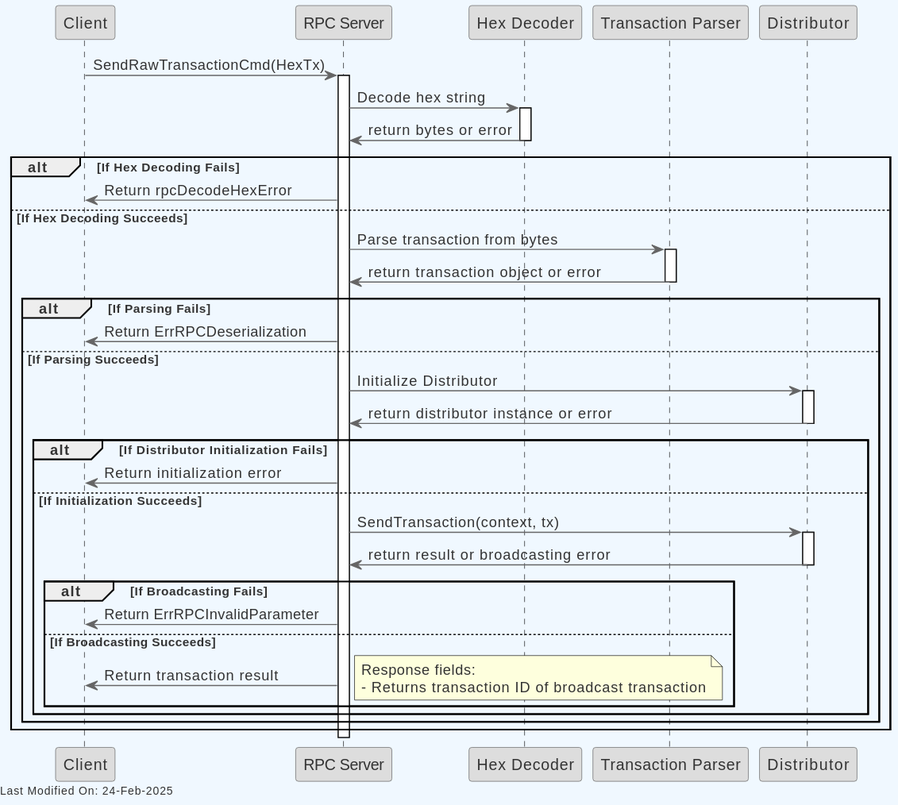
Earlier version of the PlantUML export docs/topics/services/img/plantuml/rpc/rpc-send-raw-transaction.svg (freemans13/teranode). Its source is kept beside it as docs/topics/services/img/plantuml/rpc/rpc-send-raw-transaction.puml.
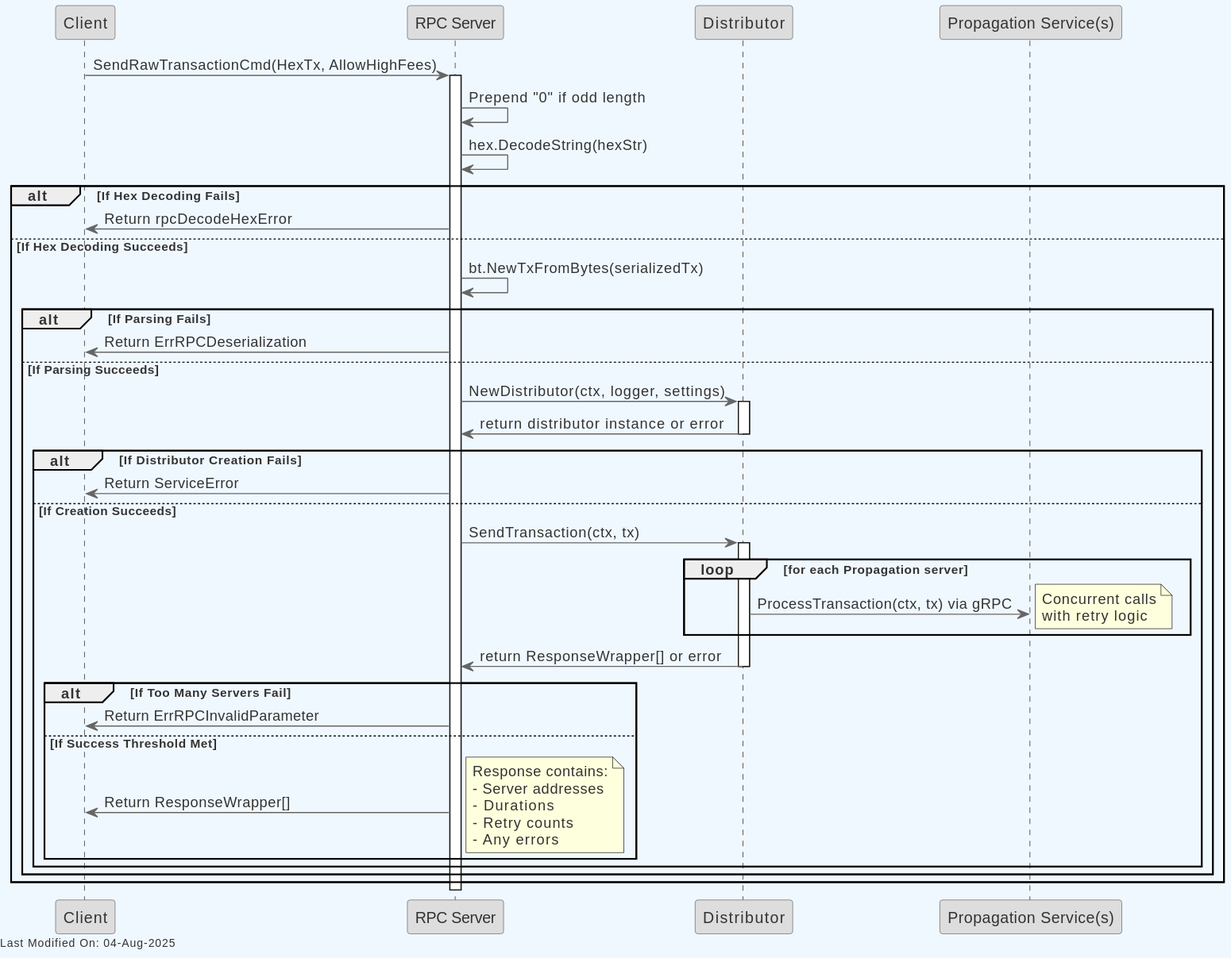
Above is the later version.

The edit, as a diff of the source:
```diff
@@ -22,49 +22,50 @@
 
 participant Client
 participant "RPC Server" as RPC
-participant "Hex Decoder" as Decoder
-participant "Transaction Parser" as Parser
 participant "Distributor" as Distributor
+participant "Propagation Service(s)" as Propagation
 
-Client -> RPC : SendRawTransactionCmd(HexTx)
+Client -> RPC : SendRawTransactionCmd(HexTx, AllowHighFees)
 activate RPC
 
-RPC -> Decoder : Decode hex string
-activate Decoder
-Decoder -> RPC : return bytes or error
-deactivate Decoder
+RPC -> RPC : Prepend "0" if odd length
+RPC -> RPC : hex.DecodeString(hexStr)
 
 alt If Hex Decoding Fails
     RPC -> Client : Return rpcDecodeHexError
 else If Hex Decoding Succeeds
-    RPC -> Parser : Parse transaction from bytes
-    activate Parser
-    Parser -> RPC : return transaction object or error
-    deactivate Parser
+    RPC -> RPC : bt.NewTxFromBytes(serializedTx)
 
     alt If Parsing Fails
         RPC -> Client : Return ErrRPCDeserialization
     else If Parsing Succeeds
-        RPC -> Distributor : Initialize Distributor
+        RPC -> Distributor : NewDistributor(ctx, logger, settings)
         activate Distributor
         Distributor -> RPC : return distributor instance or error
         deactivate Distributor
 
-        alt If Distributor Initialization Fails
-            RPC -> Client : Return initialization error
-        else If Initialization Succeeds
-            RPC -> Distributor : SendTransaction(context, tx)
+        alt If Distributor Creation Fails
+            RPC -> Client : Return ServiceError
+        else If Creation Succeeds
+            RPC -> Distributor : SendTransaction(ctx, tx)
             activate Distributor
-            Distributor -> RPC : return result or broadcasting error
+            loop for each Propagation server
+                Distributor -> Propagation : ProcessTransaction(ctx, tx) via gRPC
+                note right: Concurrent calls\nwith retry logic
+            end
+            Distributor -> RPC : return ResponseWrapper[] or error
             deactivate Distributor
 
-            alt If Broadcasting Fails
+            alt If Too Many Servers Fail
                 RPC -> Client : Return ErrRPCInvalidParameter
-            else If Broadcasting Succeeds
-                RPC -> Client : Return transaction result
+            else If Success Threshold Met
+                RPC -> Client : Return ResponseWrapper[]
                 note right
-                Response fields:
-                - Returns transaction ID of broadcast transaction
+                Response contains:
+                - Server addresses
+                - Durations
+                - Retry counts
+                - Any errors
                 end note
             end
         end
```
